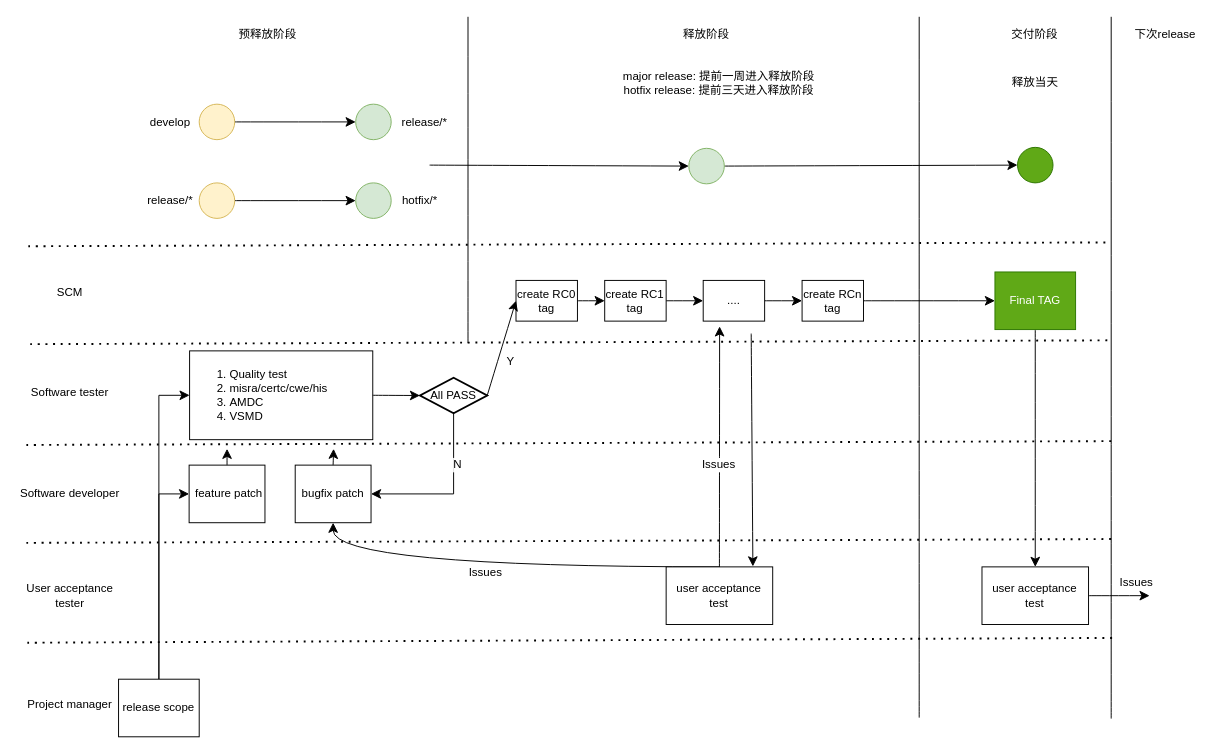
Before: page "Page-12" (12 of 12) of Untitled Diagram.drawio in salfe/VSC-Plugin, a draw.io diagram. Source tidied: cells renumbered, new cells numbered last; positions are measured from the earlier drawing's top-left corner, leaving out a move shared by most shapes. Both pictures are drawn from the tidied source at 96%, with x=0, y=0 at pixel (16, 16).
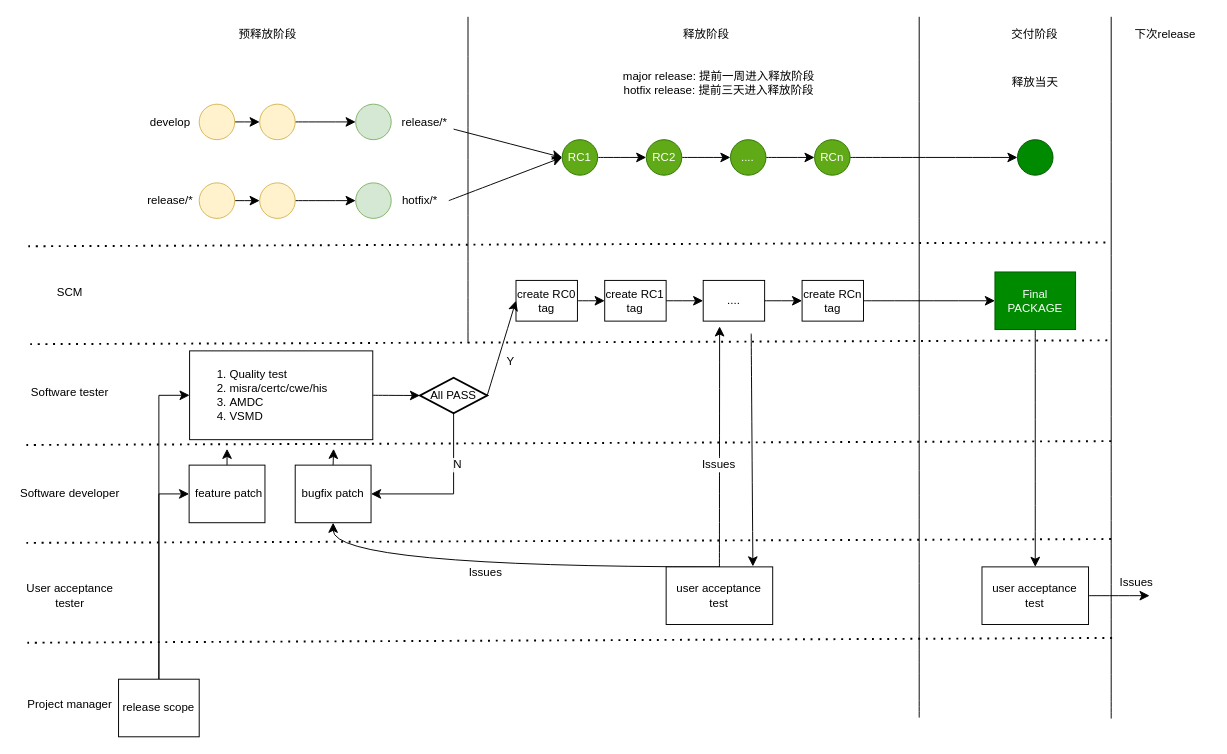
Above is the later version.

Unchanged cells that the change refers to:
```xml
<mxCell id="42" style="ellipse;whiteSpace=wrap;html=1;shapeInside=1;fillColor=#fff2cc;strokeColor=#d6b656;" parent="1" vertex="1">
  <mxGeometry x="190" y="91" width="37" height="37" as="geometry" />
</mxCell>
<mxCell id="43" style="ellipse;whiteSpace=wrap;html=1;shapeInside=1;fillColor=#d5e8d4;strokeColor=#82b366;" parent="1" vertex="1">
  <mxGeometry x="353" y="91" width="37" height="37" as="geometry" />
</mxCell>
<mxCell id="49" value="release/*" style="text;html=1;whiteSpace=wrap;strokeColor=none;fillColor=none;align=center;verticalAlign=middle;rounded=0;" parent="1" vertex="1">
  <mxGeometry x="395" y="94.5" width="60" height="30" as="geometry" />
</mxCell>
<mxCell id="51" style="ellipse;whiteSpace=wrap;html=1;shapeInside=1;fillColor=#fff2cc;strokeColor=#d6b656;" parent="1" vertex="1">
  <mxGeometry x="190" y="173" width="37" height="37" as="geometry" />
</mxCell>
<mxCell id="52" style="ellipse;whiteSpace=wrap;html=1;shapeInside=1;fillColor=#d5e8d4;strokeColor=#82b366;" parent="1" vertex="1">
  <mxGeometry x="353" y="173" width="37" height="37" as="geometry" />
</mxCell>
<mxCell id="54" value="hotfix/*" style="text;html=1;whiteSpace=wrap;strokeColor=none;fillColor=none;align=center;verticalAlign=middle;rounded=0;" parent="1" vertex="1">
  <mxGeometry x="390" y="176.5" width="60" height="30" as="geometry" />
</mxCell>
```

What changed in the source:
```diff
@@
-    <mxCell id="21" value="Final TAG" style="rounded=0;whiteSpace=wrap;html=1;fillColor=#60a917;strokeColor=#2D7600;fontColor=#ffffff;" parent="1" vertex="1">
+    <mxCell id="21" value="Final PACKAGE" style="rounded=0;whiteSpace=wrap;html=1;fillColor=#008a00;strokeColor=#005700;fontColor=#ffffff;" parent="1" vertex="1">
       <mxGeometry x="1018.9" y="265.8" width="84" height="60" as="geometry" />
     </mxCell>
@@
-    <mxCell id="41" style="edgeStyle=none;curved=1;rounded=0;curveGeometry=1;jettySize=auto;html=1;exitX=1;exitY=0.5;exitDx=0;exitDy=0;entryX=0;entryY=0.5;entryDx=0;entryDy=0;fontSize=12;defaultLabelBackgroundColor=page;startSize=8;endSize=8;jumpSize=0;" parent="1" edge="1" source="42" target="43">
-      <mxGeometry relative="1" as="geometry" />
-    </mxCell>
+    <mxCell id="68" style="edgeStyle=none;curved=1;rounded=0;curveGeometry=1;jettySize=auto;html=1;exitX=1;exitY=0.5;exitDx=0;exitDy=0;entryX=0;entryY=0.5;entryDx=0;entryDy=0;fontSize=12;defaultLabelBackgroundColor=page;labelPadding=0 4;startSize=8;endSize=8;" parent="1" edge="1" source="42" target="73">
+      <mxGeometry relative="1" as="geometry" />
+    </mxCell>
@@
-    <mxCell id="44" style="ellipse;whiteSpace=wrap;html=1;shapeInside=1;fillColor=#60a917;strokeColor=#2D7600;fontColor=#ffffff;" parent="1" vertex="1">
-      <mxGeometry x="1042.4" y="136" width="37" height="37" as="geometry" />
+    <mxCell id="44" style="ellipse;whiteSpace=wrap;html=1;shapeInside=1;fillColor=#008a00;strokeColor=#005700;fontColor=#ffffff;" parent="1" vertex="1">
+      <mxGeometry x="1042.4" y="128" width="37" height="37" as="geometry" />
     </mxCell>
-    <mxCell id="45" style="edgeStyle=none;curved=1;rounded=0;curveGeometry=1;jettySize=auto;html=1;exitX=1;exitY=0.5;exitDx=0;exitDy=0;entryX=0;entryY=0.5;entryDx=0;entryDy=0;fontSize=12;defaultLabelBackgroundColor=page;labelPadding=0 4;startSize=8;endSize=8;" parent="1" edge="1" source="46" target="44">
-      <mxGeometry relative="1" as="geometry" />
-    </mxCell>
+    <mxCell id="69" style="edgeStyle=none;curved=1;rounded=0;curveGeometry=1;jettySize=auto;html=1;exitX=1;exitY=0.5;exitDx=0;exitDy=0;fontSize=12;defaultLabelBackgroundColor=page;labelPadding=0 4;startSize=8;endSize=8;" parent="1" edge="1" source="46" target="81">
+      <mxGeometry relative="1" as="geometry" />
+    </mxCell>
-    <mxCell id="46" style="ellipse;whiteSpace=wrap;html=1;shapeInside=1;fillColor=#d5e8d4;strokeColor=#82b366;" parent="1" vertex="1">
-      <mxGeometry x="700" y="137" width="37" height="37" as="geometry" />
+    <mxCell id="46" value="RC2" style="ellipse;whiteSpace=wrap;html=1;shapeInside=1;fillColor=#60a917;strokeColor=#2D7600;fontColor=#ffffff;" parent="1" vertex="1">
+      <mxGeometry x="655.7" y="128" width="37" height="37" as="geometry" />
     </mxCell>
@@
-    <mxCell id="48" style="edgeStyle=none;curved=1;rounded=0;curveGeometry=1;jettySize=auto;html=1;entryX=0;entryY=0.5;entryDx=0;entryDy=0;fontSize=12;defaultLabelBackgroundColor=page;labelPadding=0 4;startSize=8;endSize=8;" parent="1" edge="1" target="46">
-      <mxGeometry relative="1" as="geometry">
-        <mxPoint x="430" y="154.5" as="sourcePoint" />
-      </mxGeometry>
-    </mxCell>
@@
-    <mxCell id="50" style="edgeStyle=none;curved=1;rounded=0;curveGeometry=1;jettySize=auto;html=1;exitX=1;exitY=0.5;exitDx=0;exitDy=0;entryX=0;entryY=0.5;entryDx=0;entryDy=0;fontSize=12;defaultLabelBackgroundColor=page;startSize=8;endSize=8;jumpSize=0;" parent="1" edge="1" source="51" target="52">
-      <mxGeometry relative="1" as="geometry" />
-    </mxCell>
+    <mxCell id="70" style="edgeStyle=none;curved=1;rounded=0;curveGeometry=1;jettySize=auto;html=1;exitX=1;exitY=0.5;exitDx=0;exitDy=0;entryX=0;entryY=0.5;entryDx=0;entryDy=0;fontSize=12;defaultLabelBackgroundColor=page;labelPadding=0 4;startSize=8;endSize=8;" parent="1" edge="1" source="51" target="75">
+      <mxGeometry relative="1" as="geometry" />
+    </mxCell>
@@
+    <mxCell id="71" style="edgeStyle=none;curved=1;rounded=0;curveGeometry=1;jettySize=auto;html=1;exitX=1;exitY=0.5;exitDx=0;exitDy=0;entryX=0;entryY=0.5;entryDx=0;entryDy=0;fontSize=12;defaultLabelBackgroundColor=page;labelPadding=0 4;startSize=8;endSize=8;" parent="1" edge="1" source="54" target="77">
+      <mxGeometry relative="1" as="geometry" />
+    </mxCell>
@@
+    <mxCell id="72" style="edgeStyle=none;curved=1;rounded=0;curveGeometry=1;jettySize=auto;html=1;exitX=1;exitY=0.5;exitDx=0;exitDy=0;entryX=0;entryY=0.5;entryDx=0;entryDy=0;fontSize=12;defaultLabelBackgroundColor=page;labelPadding=0 4;startSize=8;endSize=8;" parent="1" edge="1" source="73" target="43">
+      <mxGeometry relative="1" as="geometry" />
+    </mxCell>
+    <mxCell id="73" style="ellipse;whiteSpace=wrap;html=1;shapeInside=1;fillColor=#fff2cc;strokeColor=#d6b656;" parent="1" vertex="1">
+      <mxGeometry x="253" y="91" width="37" height="37" as="geometry" />
+    </mxCell>
+    <mxCell id="74" style="edgeStyle=none;curved=1;rounded=0;curveGeometry=1;jettySize=auto;html=1;exitX=1;exitY=0.5;exitDx=0;exitDy=0;entryX=0;entryY=0.5;entryDx=0;entryDy=0;fontSize=12;defaultLabelBackgroundColor=page;labelPadding=0 4;startSize=8;endSize=8;" parent="1" edge="1" source="75" target="52">
+      <mxGeometry relative="1" as="geometry" />
+    </mxCell>
+    <mxCell id="75" style="ellipse;whiteSpace=wrap;html=1;shapeInside=1;fillColor=#fff2cc;strokeColor=#d6b656;" parent="1" vertex="1">
+      <mxGeometry x="253" y="173" width="37" height="37" as="geometry" />
+    </mxCell>
+    <mxCell id="76" style="edgeStyle=none;curved=1;rounded=0;curveGeometry=1;jettySize=auto;html=1;exitX=1;exitY=0.5;exitDx=0;exitDy=0;entryX=0;entryY=0.5;entryDx=0;entryDy=0;fontSize=12;defaultLabelBackgroundColor=page;labelPadding=0 4;startSize=8;endSize=8;" parent="1" edge="1" source="77" target="46">
+      <mxGeometry relative="1" as="geometry" />
+    </mxCell>
+    <mxCell id="77" value="RC1" style="ellipse;whiteSpace=wrap;html=1;shapeInside=1;fillColor=#60a917;strokeColor=#2D7600;fontColor=#ffffff;" parent="1" vertex="1">
+      <mxGeometry x="568.1" y="128" width="37" height="37" as="geometry" />
+    </mxCell>
+    <mxCell id="78" style="edgeStyle=none;curved=1;rounded=0;curveGeometry=1;jettySize=auto;html=1;exitX=1;exitY=0.5;exitDx=0;exitDy=0;entryX=0;entryY=0.5;entryDx=0;entryDy=0;fontSize=12;defaultLabelBackgroundColor=page;labelPadding=0 4;startSize=8;endSize=8;" parent="1" edge="1" source="79" target="44">
+      <mxGeometry relative="1" as="geometry" />
+    </mxCell>
+    <mxCell id="79" value="RCn" style="ellipse;whiteSpace=wrap;html=1;shapeInside=1;fillColor=#60a917;strokeColor=#2D7600;fontColor=#ffffff;" parent="1" vertex="1">
+      <mxGeometry x="831" y="128" width="37" height="37" as="geometry" />
+    </mxCell>
+    <mxCell id="80" style="edgeStyle=none;curved=1;rounded=0;curveGeometry=1;jettySize=auto;html=1;exitX=1;exitY=0.5;exitDx=0;exitDy=0;entryX=0;entryY=0.5;entryDx=0;entryDy=0;fontSize=12;defaultLabelBackgroundColor=page;labelPadding=0 4;startSize=8;endSize=8;" parent="1" edge="1" source="81" target="79">
+      <mxGeometry relative="1" as="geometry" />
+    </mxCell>
+    <mxCell id="81" value="...." style="ellipse;whiteSpace=wrap;html=1;shapeInside=1;fillColor=#60a917;strokeColor=#2D7600;fontColor=#ffffff;" parent="1" vertex="1">
+      <mxGeometry x="743.4" y="128" width="37" height="37" as="geometry" />
+    </mxCell>
+    <mxCell id="82" style="endArrow=classic;html=1;rounded=0;fontSize=12;defaultLabelBackgroundColor=page;labelPadding=0 4;startSize=8;endSize=8;curved=1;exitX=1;exitY=0.75;exitDx=0;exitDy=0;entryX=0;entryY=0.5;entryDx=0;entryDy=0;" parent="1" edge="1" source="49" target="77">
+      <mxGeometry relative="1" as="geometry" />
+    </mxCell>
```
